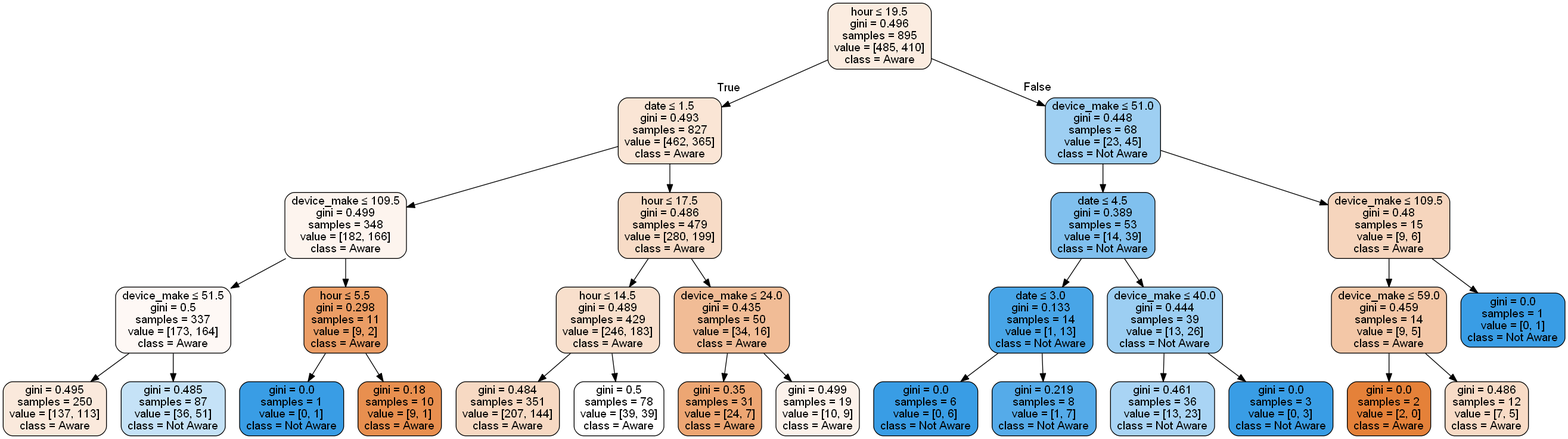
Above: notebooks/AbTestDecisionTree.png in Melak2017/abtest-mlops (Graphviz), before the change. Its source is kept beside it as notebooks/AbTestDecisionTree.dot. Source of this version:
```dot
digraph Tree {
node [shape=box, style="filled, rounded", color="black", fontname=helvetica] ;
edge [fontname=helvetica] ;
0 [label=<hour &le; 19.5<br/>gini = 0.496<br/>samples = 895<br/>value = [485, 410]<br/>class = Aware>, fillcolor="#fbece0"] ;
1 [label=<date &le; 1.5<br/>gini = 0.493<br/>samples = 827<br/>value = [462, 365]<br/>class = Aware>, fillcolor="#fae5d5"] ;
0 -> 1 [labeldistance=2.5, labelangle=45, headlabel="True"] ;
2 [label=<device_make &le; 109.5<br/>gini = 0.499<br/>samples = 348<br/>value = [182, 166]<br/>class = Aware>, fillcolor="#fdf4ee"] ;
1 -> 2 ;
3 [label=<device_make &le; 51.5<br/>gini = 0.5<br/>samples = 337<br/>value = [173, 164]<br/>class = Aware>, fillcolor="#fef8f5"] ;
2 -> 3 ;
4 [label=<gini = 0.495<br/>samples = 250<br/>value = [137, 113]<br/>class = Aware>, fillcolor="#fae9dc"] ;
3 -> 4 ;
5 [label=<gini = 0.485<br/>samples = 87<br/>value = [36, 51]<br/>class = Not Aware>, fillcolor="#c5e2f7"] ;
3 -> 5 ;
6 [label=<hour &le; 5.5<br/>gini = 0.298<br/>samples = 11<br/>value = [9, 2]<br/>class = Aware>, fillcolor="#eb9d65"] ;
2 -> 6 ;
7 [label=<gini = 0.0<br/>samples = 1<br/>value = [0, 1]<br/>class = Not Aware>, fillcolor="#399de5"] ;
6 -> 7 ;
8 [label=<gini = 0.18<br/>samples = 10<br/>value = [9, 1]<br/>class = Aware>, fillcolor="#e88f4f"] ;
6 -> 8 ;
9 [label=<hour &le; 17.5<br/>gini = 0.486<br/>samples = 479<br/>value = [280, 199]<br/>class = Aware>, fillcolor="#f7dbc6"] ;
1 -> 9 ;
10 [label=<hour &le; 14.5<br/>gini = 0.489<br/>samples = 429<br/>value = [246, 183]<br/>class = Aware>, fillcolor="#f8dfcc"] ;
9 -> 10 ;
11 [label=<gini = 0.484<br/>samples = 351<br/>value = [207, 144]<br/>class = Aware>, fillcolor="#f7d9c3"] ;
10 -> 11 ;
12 [label=<gini = 0.5<br/>samples = 78<br/>value = [39, 39]<br/>class = Aware>, fillcolor="#ffffff"] ;
10 -> 12 ;
13 [label=<device_make &le; 24.0<br/>gini = 0.435<br/>samples = 50<br/>value = [34, 16]<br/>class = Aware>, fillcolor="#f1bc96"] ;
9 -> 13 ;
14 [label=<gini = 0.35<br/>samples = 31<br/>value = [24, 7]<br/>class = Aware>, fillcolor="#eda673"] ;
13 -> 14 ;
15 [label=<gini = 0.499<br/>samples = 19<br/>value = [10, 9]<br/>class = Aware>, fillcolor="#fcf2eb"] ;
13 -> 15 ;
16 [label=<device_make &le; 51.0<br/>gini = 0.448<br/>samples = 68<br/>value = [23, 45]<br/>class = Not Aware>, fillcolor="#9ecff2"] ;
0 -> 16 [labeldistance=2.5, labelangle=-45, headlabel="False"] ;
17 [label=<date &le; 4.5<br/>gini = 0.389<br/>samples = 53<br/>value = [14, 39]<br/>class = Not Aware>, fillcolor="#80c0ee"] ;
16 -> 17 ;
18 [label=<date &le; 3.0<br/>gini = 0.133<br/>samples = 14<br/>value = [1, 13]<br/>class = Not Aware>, fillcolor="#48a5e7"] ;
17 -> 18 ;
19 [label=<gini = 0.0<br/>samples = 6<br/>value = [0, 6]<br/>class = Not Aware>, fillcolor="#399de5"] ;
18 -> 19 ;
20 [label=<gini = 0.219<br/>samples = 8<br/>value = [1, 7]<br/>class = Not Aware>, fillcolor="#55abe9"] ;
18 -> 20 ;
21 [label=<device_make &le; 40.0<br/>gini = 0.444<br/>samples = 39<br/>value = [13, 26]<br/>class = Not Aware>, fillcolor="#9ccef2"] ;
17 -> 21 ;
22 [label=<gini = 0.461<br/>samples = 36<br/>value = [13, 23]<br/>class = Not Aware>, fillcolor="#a9d4f4"] ;
21 -> 22 ;
23 [label=<gini = 0.0<br/>samples = 3<br/>value = [0, 3]<br/>class = Not Aware>, fillcolor="#399de5"] ;
21 -> 23 ;
24 [label=<device_make &le; 109.5<br/>gini = 0.48<br/>samples = 15<br/>value = [9, 6]<br/>class = Aware>, fillcolor="#f6d5bd"] ;
16 -> 24 ;
25 [label=<device_make &le; 59.0<br/>gini = 0.459<br/>samples = 14<br/>value = [9, 5]<br/>class = Aware>, fillcolor="#f3c7a7"] ;
24 -> 25 ;
26 [label=<gini = 0.0<br/>samples = 2<br/>value = [2, 0]<br/>class = Aware>, fillcolor="#e58139"] ;
25 -> 26 ;
27 [label=<gini = 0.486<br/>samples = 12<br/>value = [7, 5]<br/>class = Aware>, fillcolor="#f8dbc6"] ;
25 -> 27 ;
28 [label=<gini = 0.0<br/>samples = 1<br/>value = [0, 1]<br/>class = Not Aware>, fillcolor="#399de5"] ;
24 -> 28 ;
}
```
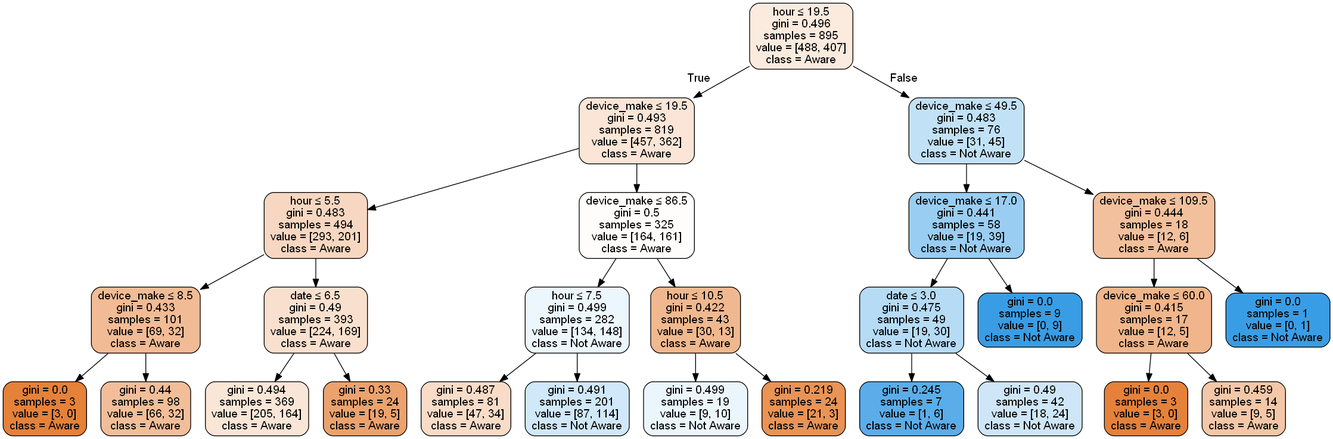
Above is the later version.

Diff of the diagram source:
```diff
@@ -1,61 +1,57 @@
 digraph Tree {
 node [shape=box, style="filled, rounded", color="black", fontname=helvetica] ;
 edge [fontname=helvetica] ;
-0 [label=<hour &le; 19.5<br/>gini = 0.496<br/>samples = 895<br/>value = [485, 410]<br/>class = Aware>, fillcolor="#fbece0"] ;
-1 [label=<date &le; 1.5<br/>gini = 0.493<br/>samples = 827<br/>value = [462, 365]<br/>class = Aware>, fillcolor="#fae5d5"] ;
+0 [label=<hour &le; 19.5<br/>gini = 0.496<br/>samples = 895<br/>value = [488, 407]<br/>class = Aware>, fillcolor="#fbeade"] ;
+1 [label=<device_make &le; 19.5<br/>gini = 0.493<br/>samples = 819<br/>value = [457, 362]<br/>class = Aware>, fillcolor="#fae5d6"] ;
 0 -> 1 [labeldistance=2.5, labelangle=45, headlabel="True"] ;
-2 [label=<device_make &le; 109.5<br/>gini = 0.499<br/>samples = 348<br/>value = [182, 166]<br/>class = Aware>, fillcolor="#fdf4ee"] ;
+2 [label=<hour &le; 5.5<br/>gini = 0.483<br/>samples = 494<br/>value = [293, 201]<br/>class = Aware>, fillcolor="#f7d7c1"] ;
 1 -> 2 ;
-3 [label=<device_make &le; 51.5<br/>gini = 0.5<br/>samples = 337<br/>value = [173, 164]<br/>class = Aware>, fillcolor="#fef8f5"] ;
+3 [label=<device_make &le; 8.5<br/>gini = 0.433<br/>samples = 101<br/>value = [69, 32]<br/>class = Aware>, fillcolor="#f1bb95"] ;
 2 -> 3 ;
-4 [label=<gini = 0.495<br/>samples = 250<br/>value = [137, 113]<br/>class = Aware>, fillcolor="#fae9dc"] ;
+4 [label=<gini = 0.0<br/>samples = 3<br/>value = [3, 0]<br/>class = Aware>, fillcolor="#e58139"] ;
 3 -> 4 ;
-5 [label=<gini = 0.485<br/>samples = 87<br/>value = [36, 51]<br/>class = Not Aware>, fillcolor="#c5e2f7"] ;
+5 [label=<gini = 0.44<br/>samples = 98<br/>value = [66, 32]<br/>class = Aware>, fillcolor="#f2be99"] ;
 3 -> 5 ;
-6 [label=<hour &le; 5.5<br/>gini = 0.298<br/>samples = 11<br/>value = [9, 2]<br/>class = Aware>, fillcolor="#eb9d65"] ;
+6 [label=<date &le; 6.5<br/>gini = 0.49<br/>samples = 393<br/>value = [224, 169]<br/>class = Aware>, fillcolor="#f9e0ce"] ;
 2 -> 6 ;
-7 [label=<gini = 0.0<br/>samples = 1<br/>value = [0, 1]<br/>class = Not Aware>, fillcolor="#399de5"] ;
+7 [label=<gini = 0.494<br/>samples = 369<br/>value = [205, 164]<br/>class = Aware>, fillcolor="#fae6d7"] ;
 6 -> 7 ;
-8 [label=<gini = 0.18<br/>samples = 10<br/>value = [9, 1]<br/>class = Aware>, fillcolor="#e88f4f"] ;
+8 [label=<gini = 0.33<br/>samples = 24<br/>value = [19, 5]<br/>class = Aware>, fillcolor="#eca26d"] ;
 6 -> 8 ;
-9 [label=<hour &le; 17.5<br/>gini = 0.486<br/>samples = 479<br/>value = [280, 199]<br/>class = Aware>, fillcolor="#f7dbc6"] ;
+9 [label=<device_make &le; 86.5<br/>gini = 0.5<br/>samples = 325<br/>value = [164, 161]<br/>class = Aware>, fillcolor="#fffdfb"] ;
 1 -> 9 ;
-10 [label=<hour &le; 14.5<br/>gini = 0.489<br/>samples = 429<br/>value = [246, 183]<br/>class = Aware>, fillcolor="#f8dfcc"] ;
+10 [label=<hour &le; 7.5<br/>gini = 0.499<br/>samples = 282<br/>value = [134, 148]<br/>class = Not Aware>, fillcolor="#ecf6fd"] ;
 9 -> 10 ;
-11 [label=<gini = 0.484<br/>samples = 351<br/>value = [207, 144]<br/>class = Aware>, fillcolor="#f7d9c3"] ;
+11 [label=<gini = 0.487<br/>samples = 81<br/>value = [47, 34]<br/>class = Aware>, fillcolor="#f8dcc8"] ;
 10 -> 11 ;
-12 [label=<gini = 0.5<br/>samples = 78<br/>value = [39, 39]<br/>class = Aware>, fillcolor="#ffffff"] ;
+12 [label=<gini = 0.491<br/>samples = 201<br/>value = [87, 114]<br/>class = Not Aware>, fillcolor="#d0e8f9"] ;
 10 -> 12 ;
-13 [label=<device_make &le; 24.0<br/>gini = 0.435<br/>samples = 50<br/>value = [34, 16]<br/>class = Aware>, fillcolor="#f1bc96"] ;
+13 [label=<hour &le; 10.5<br/>gini = 0.422<br/>samples = 43<br/>value = [30, 13]<br/>class = Aware>, fillcolor="#f0b88f"] ;
 9 -> 13 ;
-14 [label=<gini = 0.35<br/>samples = 31<br/>value = [24, 7]<br/>class = Aware>, fillcolor="#eda673"] ;
+14 [label=<gini = 0.499<br/>samples = 19<br/>value = [9, 10]<br/>class = Not Aware>, fillcolor="#ebf5fc"] ;
 13 -> 14 ;
-15 [label=<gini = 0.499<br/>samples = 19<br/>value = [10, 9]<br/>class = Aware>, fillcolor="#fcf2eb"] ;
+15 [label=<gini = 0.219<br/>samples = 24<br/>value = [21, 3]<br/>class = Aware>, fillcolor="#e99355"] ;
 13 -> 15 ;
-16 [label=<device_make &le; 51.0<br/>gini = 0.448<br/>samples = 68<br/>value = [23, 45]<br/>class = Not Aware>, fillcolor="#9ecff2"] ;
+16 [label=<device_make &le; 49.5<br/>gini = 0.483<br/>samples = 76<br/>value = [31, 45]<br/>class = Not Aware>, fillcolor="#c1e1f7"] ;
 0 -> 16 [labeldistance=2.5, labelangle=-45, headlabel="False"] ;
-17 [label=<date &le; 4.5<br/>gini = 0.389<br/>samples = 53<br/>value = [14, 39]<br/>class = Not Aware>, fillcolor="#80c0ee"] ;
+17 [label=<device_make &le; 17.0<br/>gini = 0.441<br/>samples = 58<br/>value = [19, 39]<br/>class = Not Aware>, fillcolor="#99cdf2"] ;
 16 -> 17 ;
-18 [label=<date &le; 3.0<br/>gini = 0.133<br/>samples = 14<br/>value = [1, 13]<br/>class = Not Aware>, fillcolor="#48a5e7"] ;
+18 [label=<date &le; 3.0<br/>gini = 0.475<br/>samples = 49<br/>value = [19, 30]<br/>class = Not Aware>, fillcolor="#b6dbf5"] ;
 17 -> 18 ;
-19 [label=<gini = 0.0<br/>samples = 6<br/>value = [0, 6]<br/>class = Not Aware>, fillcolor="#399de5"] ;
+19 [label=<gini = 0.245<br/>samples = 7<br/>value = [1, 6]<br/>class = Not Aware>, fillcolor="#5aade9"] ;
 18 -> 19 ;
-20 [label=<gini = 0.219<br/>samples = 8<br/>value = [1, 7]<br/>class = Not Aware>, fillcolor="#55abe9"] ;
+20 [label=<gini = 0.49<br/>samples = 42<br/>value = [18, 24]<br/>class = Not Aware>, fillcolor="#cee6f8"] ;
 18 -> 20 ;
-21 [label=<device_make &le; 40.0<br/>gini = 0.444<br/>samples = 39<br/>value = [13, 26]<br/>class = Not Aware>, fillcolor="#9ccef2"] ;
+21 [label=<gini = 0.0<br/>samples = 9<br/>value = [0, 9]<br/>class = Not Aware>, fillcolor="#399de5"] ;
 17 -> 21 ;
-22 [label=<gini = 0.461<br/>samples = 36<br/>value = [13, 23]<br/>class = Not Aware>, fillcolor="#a9d4f4"] ;
-21 -> 22 ;
-23 [label=<gini = 0.0<br/>samples = 3<br/>value = [0, 3]<br/>class = Not Aware>, fillcolor="#399de5"] ;
-21 -> 23 ;
-24 [label=<device_make &le; 109.5<br/>gini = 0.48<br/>samples = 15<br/>value = [9, 6]<br/>class = Aware>, fillcolor="#f6d5bd"] ;
-16 -> 24 ;
-25 [label=<device_make &le; 59.0<br/>gini = 0.459<br/>samples = 14<br/>value = [9, 5]<br/>class = Aware>, fillcolor="#f3c7a7"] ;
-24 -> 25 ;
-26 [label=<gini = 0.0<br/>samples = 2<br/>value = [2, 0]<br/>class = Aware>, fillcolor="#e58139"] ;
-25 -> 26 ;
-27 [label=<gini = 0.486<br/>samples = 12<br/>value = [7, 5]<br/>class = Aware>, fillcolor="#f8dbc6"] ;
-25 -> 27 ;
-28 [label=<gini = 0.0<br/>samples = 1<br/>value = [0, 1]<br/>class = Not Aware>, fillcolor="#399de5"] ;
-24 -> 28 ;
+22 [label=<device_make &le; 109.5<br/>gini = 0.444<br/>samples = 18<br/>value = [12, 6]<br/>class = Aware>, fillcolor="#f2c09c"] ;
+16 -> 22 ;
+23 [label=<device_make &le; 60.0<br/>gini = 0.415<br/>samples = 17<br/>value = [12, 5]<br/>class = Aware>, fillcolor="#f0b58b"] ;
+22 -> 23 ;
+24 [label=<gini = 0.0<br/>samples = 3<br/>value = [3, 0]<br/>class = Aware>, fillcolor="#e58139"] ;
+23 -> 24 ;
+25 [label=<gini = 0.459<br/>samples = 14<br/>value = [9, 5]<br/>class = Aware>, fillcolor="#f3c7a7"] ;
+23 -> 25 ;
+26 [label=<gini = 0.0<br/>samples = 1<br/>value = [0, 1]<br/>class = Not Aware>, fillcolor="#399de5"] ;
+22 -> 26 ;
 }
```
